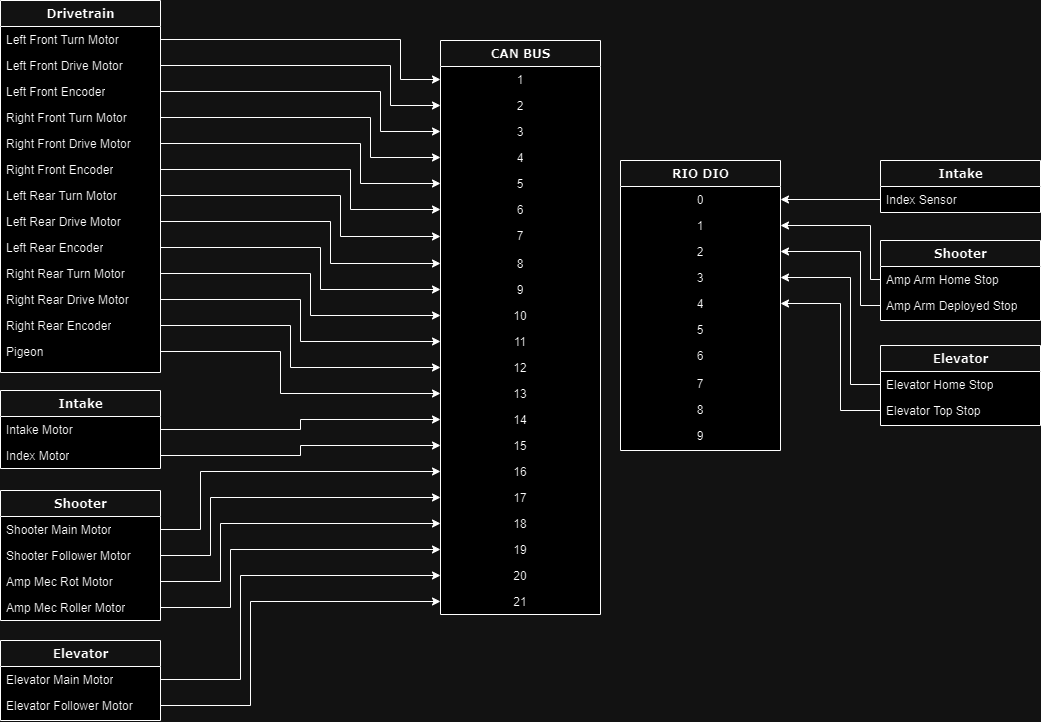
This is 2024_canid_map.png from Team-8841/FRC-2024, a draw.io export, as it was before one commit. Source tidied: cells renumbered, new cells last; positions are measured from the earlier drawing's top-left corner, leaving out a move shared by most shapes.
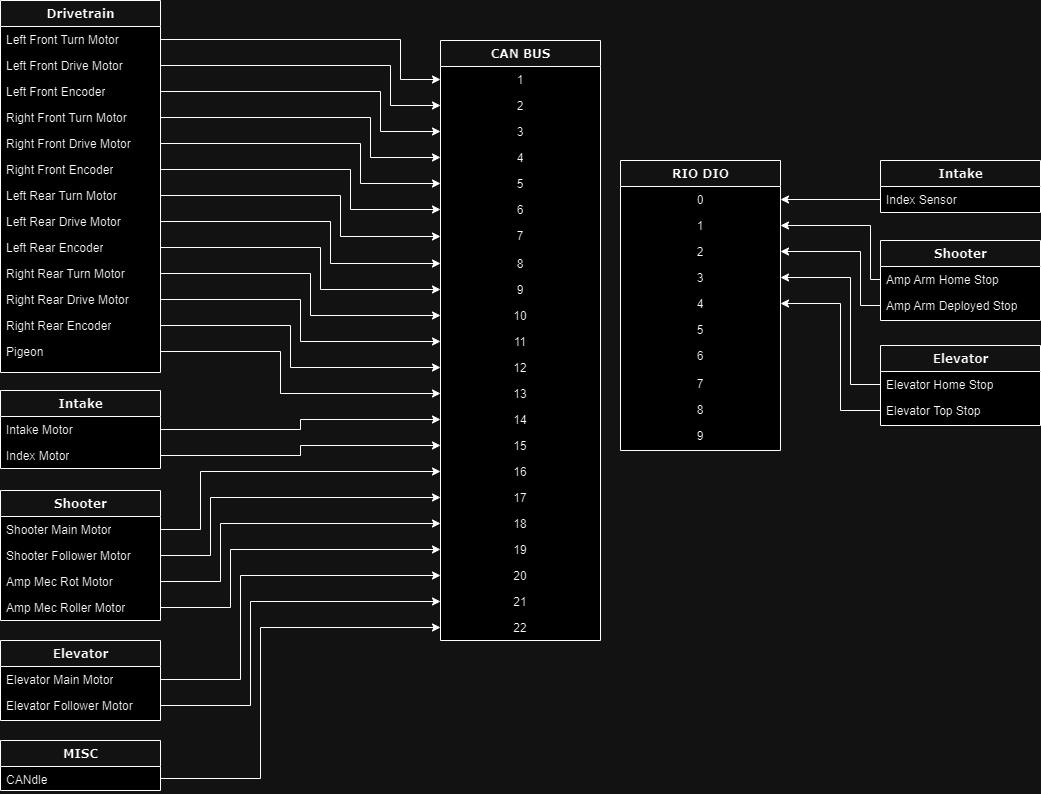
After the change.

What changed in the source:
```diff
@@ -78,7 +78,7 @@
       <mxGeometry y="52" width="160" height="26" as="geometry" />
     </mxCell>
     <mxCell id="27" value="CAN BUS" style="swimlane;html=1;fontStyle=1;align=center;verticalAlign=top;horizontal=1;startSize=26;swimlaneFillColor=#ffffff;rounded=0;shadow=0;comic=0;labelBackgroundColor=none;strokeWidth=1;fillColor=none;fontFamily=Verdana;fontSize=12;" parent="1" vertex="1">
-      <mxGeometry x="440" y="40" width="160" height="574" as="geometry" />
+      <mxGeometry x="440" y="40" width="160" height="600" as="geometry" />
     </mxCell>
     <mxCell id="28" value="1" style="text;html=1;strokeColor=none;fillColor=none;align=center;verticalAlign=top;spacingLeft=4;spacingRight=4;whiteSpace=wrap;overflow=hidden;points=[[0,0.5],[1,0.5]];portConstraint=eastwest;" parent="27" vertex="1">
       <mxGeometry y="26" width="160" height="26" as="geometry" />
@@ -140,8 +140,11 @@
     <mxCell id="47" value="20" style="text;html=1;strokeColor=none;fillColor=none;align=center;verticalAlign=top;spacingLeft=4;spacingRight=4;whiteSpace=wrap;overflow=hidden;points=[[0,0.5],[1,0.5]];portConstraint=eastwest;" parent="27" vertex="1">
       <mxGeometry y="522" width="160" height="26" as="geometry" />
     </mxCell>
+    <mxCell id="94" value="21" style="text;html=1;strokeColor=none;fillColor=none;align=center;verticalAlign=top;spacingLeft=4;spacingRight=4;whiteSpace=wrap;overflow=hidden;points=[[0,0.5],[1,0.5]];portConstraint=eastwest;" parent="27" vertex="1">
+      <mxGeometry y="548" width="160" height="26" as="geometry" />
+    </mxCell>
-    <mxCell id="48" value="21" style="text;html=1;strokeColor=none;fillColor=none;align=center;verticalAlign=top;spacingLeft=4;spacingRight=4;whiteSpace=wrap;overflow=hidden;points=[[0,0.5],[1,0.5]];portConstraint=eastwest;" parent="27" vertex="1">
-      <mxGeometry y="548" width="160" height="26" as="geometry" />
+    <mxCell id="48" value="22&lt;br&gt;" style="text;html=1;strokeColor=none;fillColor=none;align=center;verticalAlign=top;spacingLeft=4;spacingRight=4;whiteSpace=wrap;overflow=hidden;points=[[0,0.5],[1,0.5]];portConstraint=eastwest;" parent="27" vertex="1">
+      <mxGeometry y="574" width="160" height="26" as="geometry" />
     </mxCell>
     <mxCell id="49" style="edgeStyle=orthogonalEdgeStyle;rounded=0;jettySize=auto;html=1;exitX=1;exitY=0.5;exitDx=0;exitDy=0;entryX=0;entryY=0.5;entryDx=0;entryDy=0;" parent="1" edge="1" source="3" target="28">
       <mxGeometry relative="1" as="geometry">
@@ -288,14 +291,6 @@
         </Array>
       </mxGeometry>
     </mxCell>
-    <mxCell id="69" style="edgeStyle=orthogonalEdgeStyle;rounded=0;jettySize=auto;html=1;exitX=1;exitY=0.5;exitDx=0;exitDy=0;entryX=0;entryY=0.5;entryDx=0;entryDy=0;" parent="1" edge="1" source="26" target="48">
-      <mxGeometry relative="1" as="geometry">
-        <Array as="points">
-          <mxPoint x="250" y="705" />
-          <mxPoint x="250" y="601" />
-        </Array>
-      </mxGeometry>
-    </mxCell>
     <mxCell id="70" value="RIO DIO" style="swimlane;html=1;fontStyle=1;align=center;verticalAlign=top;horizontal=1;startSize=26;swimlaneFillColor=#ffffff;rounded=0;shadow=0;comic=0;labelBackgroundColor=none;strokeWidth=1;fillColor=none;fontFamily=Verdana;fontSize=12;" parent="1" vertex="1">
       <mxGeometry x="620" y="160" width="160" height="290" as="geometry" />
     </mxCell>
@@ -388,5 +383,27 @@
         </Array>
       </mxGeometry>
     </mxCell>
+    <mxCell id="95" value="MISC" style="swimlane;html=1;fontStyle=1;align=center;verticalAlign=top;horizontal=1;startSize=26;swimlaneFillColor=#ffffff;rounded=0;shadow=0;comic=0;labelBackgroundColor=none;strokeWidth=1;fillColor=none;fontFamily=Verdana;fontSize=12;" parent="1" vertex="1">
+      <mxGeometry y="740" width="160" height="50" as="geometry" />
+    </mxCell>
+    <mxCell id="96" value="CANdle" style="text;html=1;strokeColor=none;fillColor=none;align=left;verticalAlign=top;spacingLeft=4;spacingRight=4;whiteSpace=wrap;overflow=hidden;points=[[0,0.5],[1,0.5]];portConstraint=eastwest;" parent="95" vertex="1">
+      <mxGeometry y="26" width="160" height="24" as="geometry" />
+    </mxCell>
+    <mxCell id="97" style="edgeStyle=orthogonalEdgeStyle;rounded=0;jettySize=auto;html=1;exitX=1;exitY=0.5;exitDx=0;exitDy=0;entryX=0;entryY=0.5;entryDx=0;entryDy=0;" parent="1" edge="1" source="26" target="94">
+      <mxGeometry relative="1" as="geometry">
+        <Array as="points">
+          <mxPoint x="250" y="705" />
+          <mxPoint x="250" y="601" />
+        </Array>
+      </mxGeometry>
+    </mxCell>
+    <mxCell id="98" style="edgeStyle=orthogonalEdgeStyle;rounded=0;jettySize=auto;html=1;exitX=1;exitY=0.5;exitDx=0;exitDy=0;entryX=0;entryY=0.5;entryDx=0;entryDy=0;" parent="1" edge="1" source="96" target="48">
+      <mxGeometry relative="1" as="geometry">
+        <Array as="points">
+          <mxPoint x="260" y="778" />
+          <mxPoint x="260" y="627" />
+        </Array>
+      </mxGeometry>
+    </mxCell>
   </root>
 </mxGraphModel>
```
